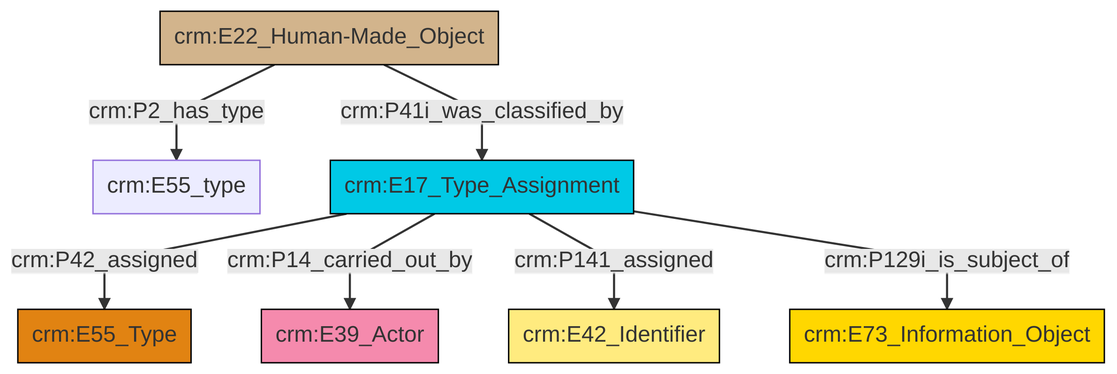
This is et/builtWorkCSV/ttl/mmd/png/Built_Work_designation_status.png from swiss-art-research-net/docs.swissartresearch, a Mermaid export, as it was before one commit. Its source is kept beside it as et/builtWorkCSV/ttl/mmd/Built_Work_designation_status.ttl.mmd.
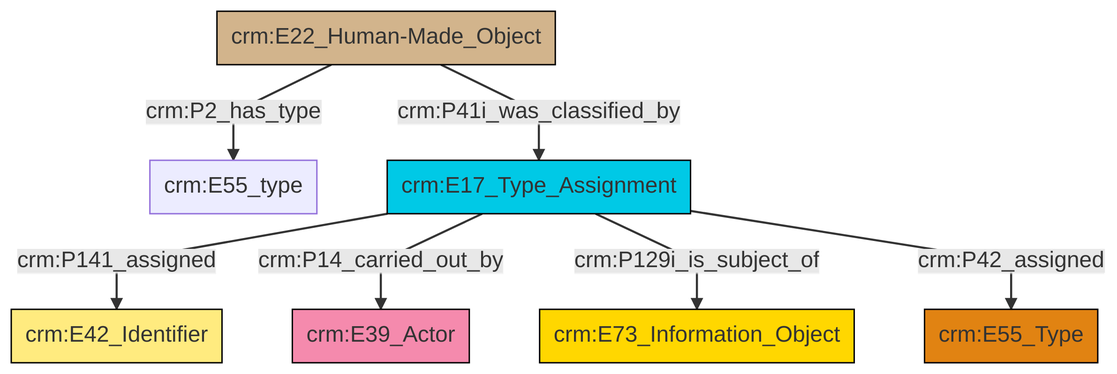
Above is the later version.

Diff of the diagram source:
```diff
@@ -13,9 +13,9 @@
 classDef PC_Classes fill:#4ce600, stroke:#000000;
 classDef Multi fill:#cccccc,stroke:#000000;
 
-8["crm:E17_Type_Assignment"]:::Temporal_Entity -->|crm:P42_assigned| 9["crm:E55_Type"]:::Type
-8["crm:E17_Type_Assignment"]:::Temporal_Entity -->|crm:P14_carried_out_by| 0["crm:E39_Actor"]:::Actor
-8["crm:E17_Type_Assignment"]:::Temporal_Entity -->|crm:P141_assigned| 4["crm:E42_Identifier"]:::Appellation
-2["crm:E22_Human-Made_Object"]:::Physical_Thing -->|crm:P41i_was_classified_by| 8["crm:E17_Type_Assignment"]:::Temporal_Entity
-8["crm:E17_Type_Assignment"]:::Temporal_Entity -->|crm:P129i_is_subject_of| 12["crm:E73_Information_Object"]:::Conceptual_Object
-2["crm:E22_Human-Made_Object"]:::Physical_Thing -->|crm:P2_has_type| 6["crm:E55_type"]:::Default
+0["crm:E22_Human-Made_Object"]:::Physical_Thing -->|crm:P2_has_type| 1["crm:E55_type"]:::Default
+2["crm:E17_Type_Assignment"]:::Temporal_Entity -->|crm:P141_assigned| 3["crm:E42_Identifier"]:::Appellation
+0["crm:E22_Human-Made_Object"]:::Physical_Thing -->|crm:P41i_was_classified_by| 2["crm:E17_Type_Assignment"]:::Temporal_Entity
+2["crm:E17_Type_Assignment"]:::Temporal_Entity -->|crm:P14_carried_out_by| 7["crm:E39_Actor"]:::Actor
+2["crm:E17_Type_Assignment"]:::Temporal_Entity -->|crm:P129i_is_subject_of| 9["crm:E73_Information_Object"]:::Conceptual_Object
+2["crm:E17_Type_Assignment"]:::Temporal_Entity -->|crm:P42_assigned| 4["crm:E55_Type"]:::Type
```
